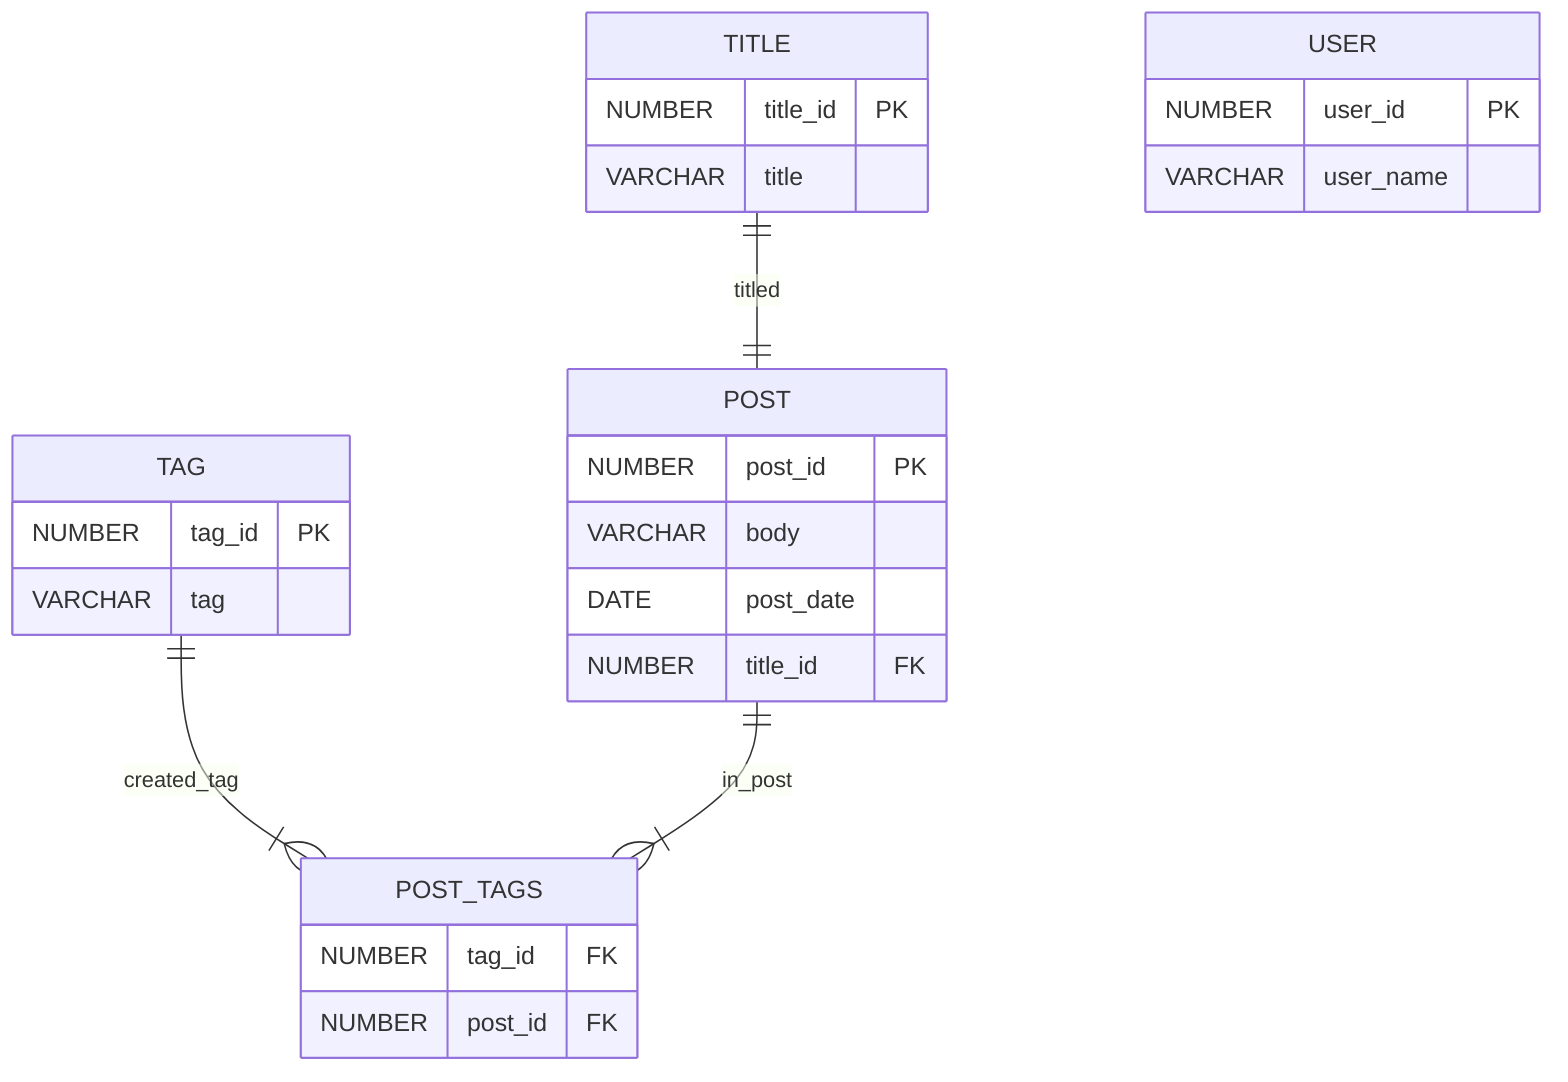
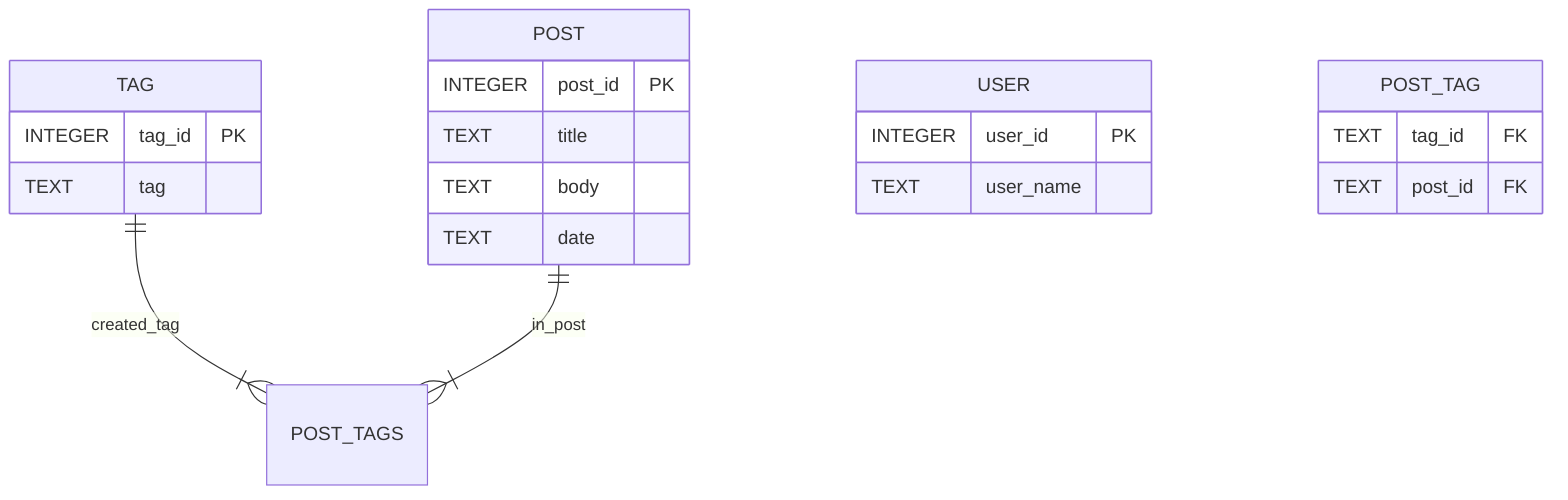
erDiagram

    %% ==== Tables ==== %%

    %% main tables
-     TITLE {
-         NUMBER title_id PK
-         VARCHAR title
+     POST {
+         INTEGER post_id PK
+         TEXT title
+         TEXT body
+         TEXT date
    }

    TAG {
-         NUMBER tag_id PK
-         VARCHAR tag
-     }
- 
-     POST {
-         NUMBER post_id PK
-         VARCHAR body
-         DATE post_date
-         NUMBER title_id FK
+         INTEGER tag_id PK
+         TEXT tag
    }

    USER {
-         NUMBER user_id PK
-         VARCHAR user_name
+         INTEGER user_id PK
+         TEXT user_name
    }

    %% bridge tables
-     POST_TAGS {
-         NUMBER tag_id FK
-         NUMBER post_id FK
+     POST_TAG {
+         TEXT tag_id FK
+         TEXT post_id FK
    }

    %% ==== Relationships ==== %%
- 
-     TITLE ||--|| POST : titled

    TAG ||--|{ POST_TAGS : created_tag

    POST ||--|{ POST_TAGS : in_post


